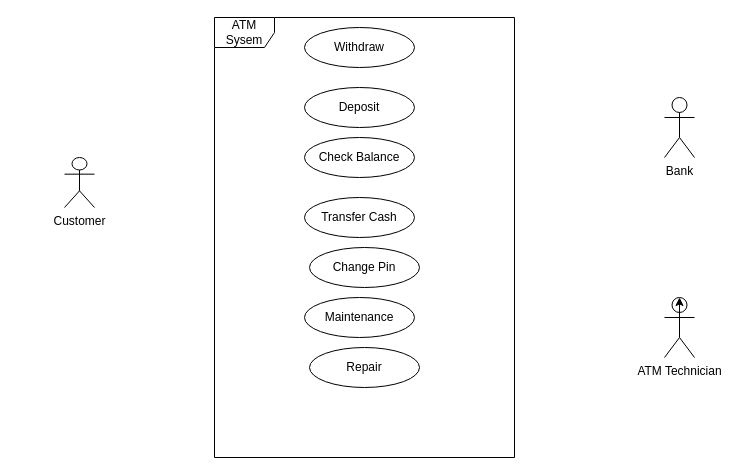
Above: Untitled Diagram.drawio in simon-waweru/test1 (draw.io), before the change. Source tidied: cells renumbered, new cells numbered last; positions are measured from the earlier drawing's top-left corner, leaving out a move shared by most shapes. Both pictures are drawn from the tidied source at 100%, with x=0, y=0 at pixel (64, 17).
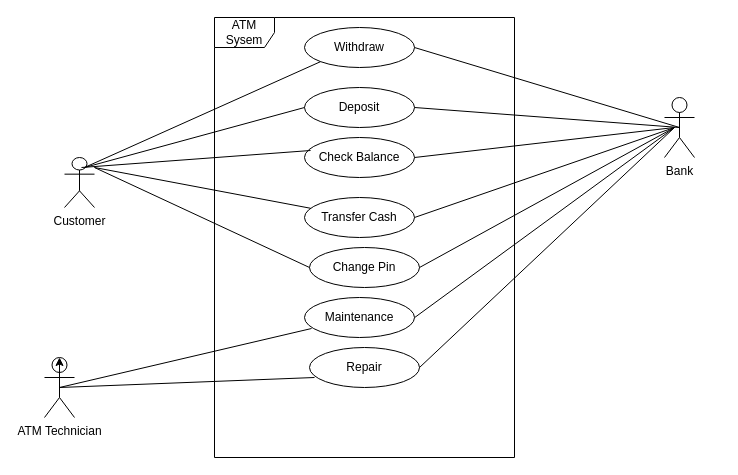
After the change.

Unchanged cells that the change refers to:
```xml
<mxCell id="2" value="Customer" style="shape=umlActor;verticalLabelPosition=bottom;verticalAlign=top;html=1;" parent="1" vertex="1">
  <mxGeometry y="140" width="30" height="50" as="geometry" />
</mxCell>
<mxCell id="3" value="Bank" style="shape=umlActor;verticalLabelPosition=bottom;verticalAlign=top;html=1;" parent="1" vertex="1">
  <mxGeometry x="600" y="80" width="30" height="60" as="geometry" />
</mxCell>
<mxCell id="5" value="ATM Sysem" style="shape=umlFrame;whiteSpace=wrap;html=1;" parent="1" vertex="1">
  <mxGeometry x="150" width="300" height="440" as="geometry" />
</mxCell>
<mxCell id="6" value="Withdraw" style="ellipse;whiteSpace=wrap;html=1;" parent="1" vertex="1">
  <mxGeometry x="240" y="10" width="110" height="40" as="geometry" />
</mxCell>
<mxCell id="7" value="Deposit" style="ellipse;whiteSpace=wrap;html=1;" parent="1" vertex="1">
  <mxGeometry x="240" y="70" width="110" height="40" as="geometry" />
</mxCell>
<mxCell id="8" value="Check Balance" style="ellipse;whiteSpace=wrap;html=1;" parent="1" vertex="1">
  <mxGeometry x="240" y="120" width="110" height="40" as="geometry" />
</mxCell>
<mxCell id="9" value="Transfer Cash" style="ellipse;whiteSpace=wrap;html=1;" parent="1" vertex="1">
  <mxGeometry x="240" y="180" width="110" height="40" as="geometry" />
</mxCell>
<mxCell id="10" value="Change Pin" style="ellipse;whiteSpace=wrap;html=1;" parent="1" vertex="1">
  <mxGeometry x="245" y="230" width="110" height="40" as="geometry" />
</mxCell>
<mxCell id="11" value="Maintenance" style="ellipse;whiteSpace=wrap;html=1;" parent="1" vertex="1">
  <mxGeometry x="240" y="280" width="110" height="40" as="geometry" />
</mxCell>
<mxCell id="12" value="Repair" style="ellipse;whiteSpace=wrap;html=1;" parent="1" vertex="1">
  <mxGeometry x="245" y="330" width="110" height="40" as="geometry" />
</mxCell>
```

Change to the diagram source:
```diff
@@
     <mxCell id="4" value="ATM Technician" style="shape=umlActor;verticalLabelPosition=bottom;verticalAlign=top;html=1;" parent="1" vertex="1">
-      <mxGeometry x="600" y="280" width="30" height="60" as="geometry" />
+      <mxGeometry x="-20" y="340" width="30" height="60" as="geometry" />
     </mxCell>
@@
+    <mxCell id="14" style="endArrow=none;html=1;rounded=0;entryX=0;entryY=1;entryDx=0;entryDy=0;" parent="1" edge="1" target="6">
+      <mxGeometry relative="1" as="geometry">
+        <mxPoint x="20" y="150" as="sourcePoint" />
+      </mxGeometry>
+    </mxCell>
+    <mxCell id="15" style="endArrow=none;html=1;rounded=0;entryX=0;entryY=0.5;entryDx=0;entryDy=0;" parent="1" edge="1" target="7">
+      <mxGeometry relative="1" as="geometry">
+        <mxPoint x="20" y="150" as="sourcePoint" />
+      </mxGeometry>
+    </mxCell>
+    <mxCell id="16" style="endArrow=none;html=1;rounded=0;entryX=0.055;entryY=0.325;entryDx=0;entryDy=0;entryPerimeter=0;exitX=0.567;exitY=0.2;exitDx=0;exitDy=0;exitPerimeter=0;" parent="1" edge="1" source="2" target="8">
+      <mxGeometry relative="1" as="geometry" />
+    </mxCell>
+    <mxCell id="17" style="endArrow=none;html=1;rounded=0;" parent="1" edge="1" target="9">
+      <mxGeometry relative="1" as="geometry">
+        <mxPoint x="30" y="150" as="sourcePoint" />
+      </mxGeometry>
+    </mxCell>
+    <mxCell id="18" style="endArrow=none;html=1;rounded=0;entryX=0.5;entryY=0.5;entryDx=0;entryDy=0;entryPerimeter=0;" parent="1" edge="1" target="4">
+      <mxGeometry relative="1" as="geometry">
+        <mxPoint x="250" y="360" as="sourcePoint" />
+      </mxGeometry>
+    </mxCell>
+    <mxCell id="19" style="endArrow=none;html=1;rounded=0;exitX=0.064;exitY=0.775;exitDx=0;exitDy=0;entryX=0.5;entryY=0.5;entryDx=0;entryDy=0;entryPerimeter=0;exitPerimeter=0;" parent="1" edge="1" source="11" target="4">
+      <mxGeometry relative="1" as="geometry" />
+    </mxCell>
+    <mxCell id="20" style="endArrow=none;html=1;rounded=0;entryX=0.5;entryY=0.5;entryDx=0;entryDy=0;entryPerimeter=0;" parent="1" edge="1" target="3">
+      <mxGeometry relative="1" as="geometry">
+        <mxPoint x="350" y="30" as="sourcePoint" />
+      </mxGeometry>
+    </mxCell>
+    <mxCell id="21" style="endArrow=none;html=1;rounded=0;entryX=0.5;entryY=0.5;entryDx=0;entryDy=0;entryPerimeter=0;exitX=1;exitY=0.5;exitDx=0;exitDy=0;" parent="1" edge="1" source="7" target="3">
+      <mxGeometry relative="1" as="geometry" />
+    </mxCell>
+    <mxCell id="22" style="endArrow=none;html=1;rounded=0;exitX=1;exitY=0.5;exitDx=0;exitDy=0;" parent="1" edge="1" source="8">
+      <mxGeometry relative="1" as="geometry">
+        <mxPoint x="610" y="110" as="targetPoint" />
+      </mxGeometry>
+    </mxCell>
+    <mxCell id="23" style="endArrow=none;html=1;rounded=0;exitX=1;exitY=0.5;exitDx=0;exitDy=0;" parent="1" edge="1" source="9">
+      <mxGeometry relative="1" as="geometry">
+        <mxPoint x="610" y="110" as="targetPoint" />
+      </mxGeometry>
+    </mxCell>
+    <mxCell id="24" style="endArrow=none;html=1;rounded=0;exitX=1;exitY=0.5;exitDx=0;exitDy=0;" parent="1" edge="1" source="10">
+      <mxGeometry relative="1" as="geometry">
+        <mxPoint x="610" y="110" as="targetPoint" />
+      </mxGeometry>
+    </mxCell>
+    <mxCell id="25" style="endArrow=none;html=1;rounded=0;entryX=0;entryY=0.5;entryDx=0;entryDy=0;" parent="1" edge="1" target="10">
+      <mxGeometry relative="1" as="geometry">
+        <mxPoint x="30" y="150" as="sourcePoint" />
+      </mxGeometry>
+    </mxCell>
+    <mxCell id="26" style="endArrow=none;html=1;rounded=0;exitX=0.667;exitY=0.682;exitDx=0;exitDy=0;exitPerimeter=0;" parent="1" edge="1" source="5">
+      <mxGeometry relative="1" as="geometry">
+        <mxPoint x="610" y="110" as="targetPoint" />
+      </mxGeometry>
+    </mxCell>
+    <mxCell id="27" style="endArrow=none;html=1;rounded=0;exitX=1;exitY=0.5;exitDx=0;exitDy=0;" parent="1" edge="1" source="12">
+      <mxGeometry relative="1" as="geometry">
+        <mxPoint x="610" y="110" as="targetPoint" />
+      </mxGeometry>
+    </mxCell>
```
